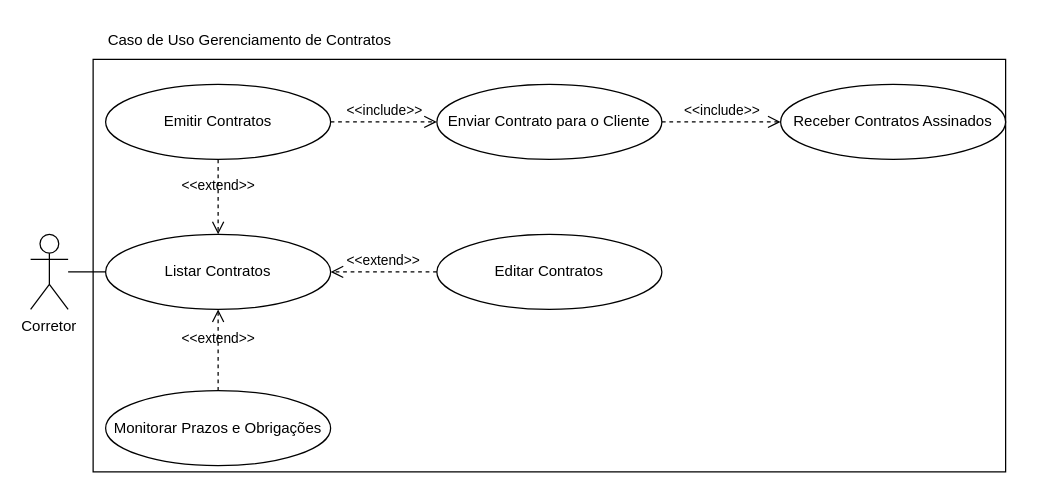
Earlier version of the draw.io diagram diagrams/casos_de_uso/xml/uc_gerenciamento_contratos.drawio.xml (israel-bsi/realtyhub). Source tidied: cells renumbered, new cells numbered last; positions are measured from the earlier drawing's top-left corner, leaving out a move shared by most shapes. Both pictures are drawn from the tidied source at 125%, with x=0, y=0 at pixel (30, 21).
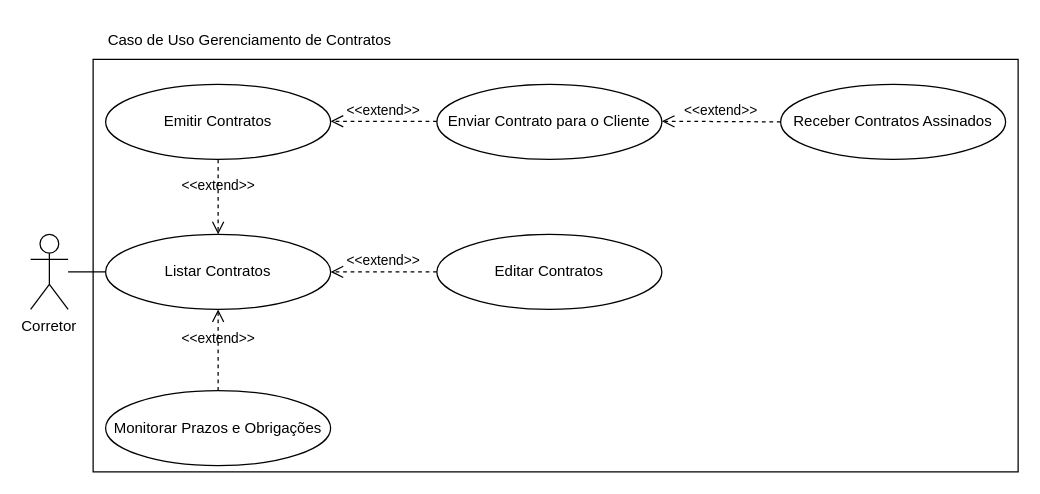
Above is the later version.

The edit, as a diff of the source:
```diff
@@
 <mxGraphModel>
   <root>
     <mxCell id="0" />
     <mxCell id="1" parent="0" />
     <mxCell id="2" style="rounded=0;whiteSpace=wrap;html=1;" parent="1" vertex="1">
-      <mxGeometry x="50" y="30" width="730" height="330" as="geometry" />
+      <mxGeometry x="50" y="30" width="740" height="330" as="geometry" />
     </mxCell>
     <mxCell id="3" value="Corretor" style="shape=umlActor;verticalLabelPosition=bottom;verticalAlign=top;" parent="1" vertex="1">
       <mxGeometry y="170" width="30" height="60" as="geometry" />
     </mxCell>
     <mxCell id="4" value="Emitir Contratos" style="ellipse;whiteSpace=wrap;html=1;" parent="1" vertex="1">
       <mxGeometry x="60" y="50" width="180" height="60" as="geometry" />
     </mxCell>
     <mxCell id="5" value="Enviar Contrato para o Cliente" style="ellipse;whiteSpace=wrap;html=1;" parent="1" vertex="1">
       <mxGeometry x="325" y="50" width="180" height="60" as="geometry" />
     </mxCell>
     <mxCell id="6" value="Listar Contratos" style="ellipse;whiteSpace=wrap;html=1;" parent="1" vertex="1">
       <mxGeometry x="60" y="170" width="180" height="60" as="geometry" />
     </mxCell>
     <mxCell id="7" value="Monitorar Prazos e Obrigações" style="ellipse;whiteSpace=wrap;html=1;" parent="1" vertex="1">
       <mxGeometry x="60" y="295" width="180" height="60" as="geometry" />
     </mxCell>
     <mxCell id="8" style="endArrow=none;html=1;" parent="1" edge="1" source="3" target="6">
       <mxGeometry relative="1" as="geometry" />
     </mxCell>
     <mxCell id="9" value="&amp;lt;&amp;lt;extend&amp;gt;&amp;gt;" style="endArrow=open;startArrow=none;endFill=0;startFill=0;endSize=8;html=1;verticalAlign=bottom;dashed=1;labelBackgroundColor=none;rounded=0;exitX=0.5;exitY=0;exitDx=0;exitDy=0;entryX=0.5;entryY=1;entryDx=0;entryDy=0;" parent="1" edge="1" source="7" target="6">
       <mxGeometry relative="1" as="geometry" />
     </mxCell>
     <mxCell id="10" value="Caso de Uso Gerenciamento de Contratos" style="text;html=1;align=center;verticalAlign=middle;strokeColor=none;fillColor=none;" parent="1" vertex="1">
       <mxGeometry x="50" width="250" height="30" as="geometry" />
     </mxCell>
     <mxCell id="11" value="&amp;lt;&amp;lt;extend&amp;gt;&amp;gt;" style="endArrow=open;startArrow=none;endFill=0;startFill=0;endSize=8;html=1;verticalAlign=bottom;dashed=1;labelBackgroundColor=none;rounded=0;exitX=0.5;exitY=1;exitDx=0;exitDy=0;entryX=0.5;entryY=0;entryDx=0;entryDy=0;" parent="1" edge="1" source="4" target="6">
       <mxGeometry relative="1" as="geometry" />
     </mxCell>
-    <mxCell id="12" value="&amp;lt;&amp;lt;include&amp;gt;&amp;gt;" style="endArrow=open;startArrow=none;endFill=0;startFill=0;endSize=8;html=1;verticalAlign=bottom;dashed=1;labelBackgroundColor=none;rounded=0;exitX=1;exitY=0.5;exitDx=0;exitDy=0;entryX=0;entryY=0.5;entryDx=0;entryDy=0;" parent="1" edge="1" source="4" target="5">
-      <mxGeometry relative="1" as="geometry" />
-    </mxCell>
     <mxCell id="13" value="Receber Contratos Assinados" style="ellipse;whiteSpace=wrap;html=1;" parent="1" vertex="1">
       <mxGeometry x="600" y="50" width="180" height="60" as="geometry" />
     </mxCell>
-    <mxCell id="14" value="&amp;lt;&amp;lt;include&amp;gt;&amp;gt;" style="endArrow=open;startArrow=none;endFill=0;startFill=0;endSize=8;html=1;verticalAlign=bottom;dashed=1;labelBackgroundColor=none;rounded=0;exitX=1;exitY=0.5;exitDx=0;exitDy=0;entryX=0;entryY=0.5;entryDx=0;entryDy=0;" parent="1" edge="1" source="5" target="13">
-      <mxGeometry relative="1" as="geometry" />
-    </mxCell>
     <mxCell id="15" value="&lt;div&gt;&lt;span style=&quot;background-color: initial;&quot;&gt;Editar Contratos&lt;/span&gt;&lt;br&gt;&lt;/div&gt;" style="ellipse;whiteSpace=wrap;html=1;" parent="1" vertex="1">
       <mxGeometry x="325" y="170" width="180" height="60" as="geometry" />
     </mxCell>
     <mxCell id="16" value="&amp;lt;&amp;lt;extend&amp;gt;&amp;gt;" style="endArrow=open;startArrow=none;endFill=0;startFill=0;endSize=8;html=1;verticalAlign=bottom;dashed=1;labelBackgroundColor=none;rounded=0;exitX=0;exitY=0.5;exitDx=0;exitDy=0;entryX=1;entryY=0.5;entryDx=0;entryDy=0;" parent="1" edge="1" source="15" target="6">
       <mxGeometry relative="1" as="geometry" />
     </mxCell>
+    <mxCell id="17" value="&amp;lt;&amp;lt;extend&amp;gt;&amp;gt;" style="endArrow=open;startArrow=none;endFill=0;startFill=0;endSize=8;html=1;verticalAlign=bottom;dashed=1;labelBackgroundColor=none;rounded=0;exitX=0;exitY=0.5;exitDx=0;exitDy=0;entryX=1;entryY=0.5;entryDx=0;entryDy=0;" parent="1" edge="1">
+      <mxGeometry relative="1" as="geometry">
+        <mxPoint x="325" y="79.5" as="sourcePoint" />
+        <mxPoint x="240" y="79.5" as="targetPoint" />
+      </mxGeometry>
+    </mxCell>
+    <mxCell id="18" value="&amp;lt;&amp;lt;extend&amp;gt;&amp;gt;" style="endArrow=open;startArrow=none;endFill=0;startFill=0;endSize=8;html=1;verticalAlign=bottom;dashed=1;labelBackgroundColor=none;rounded=0;exitX=0;exitY=0.5;exitDx=0;exitDy=0;entryX=1;entryY=0.5;entryDx=0;entryDy=0;" parent="1" edge="1" source="13">
+      <mxGeometry relative="1" as="geometry">
+        <mxPoint x="505" y="79.5" as="targetPoint" />
+      </mxGeometry>
+    </mxCell>
   </root>
 </mxGraphModel>
```
